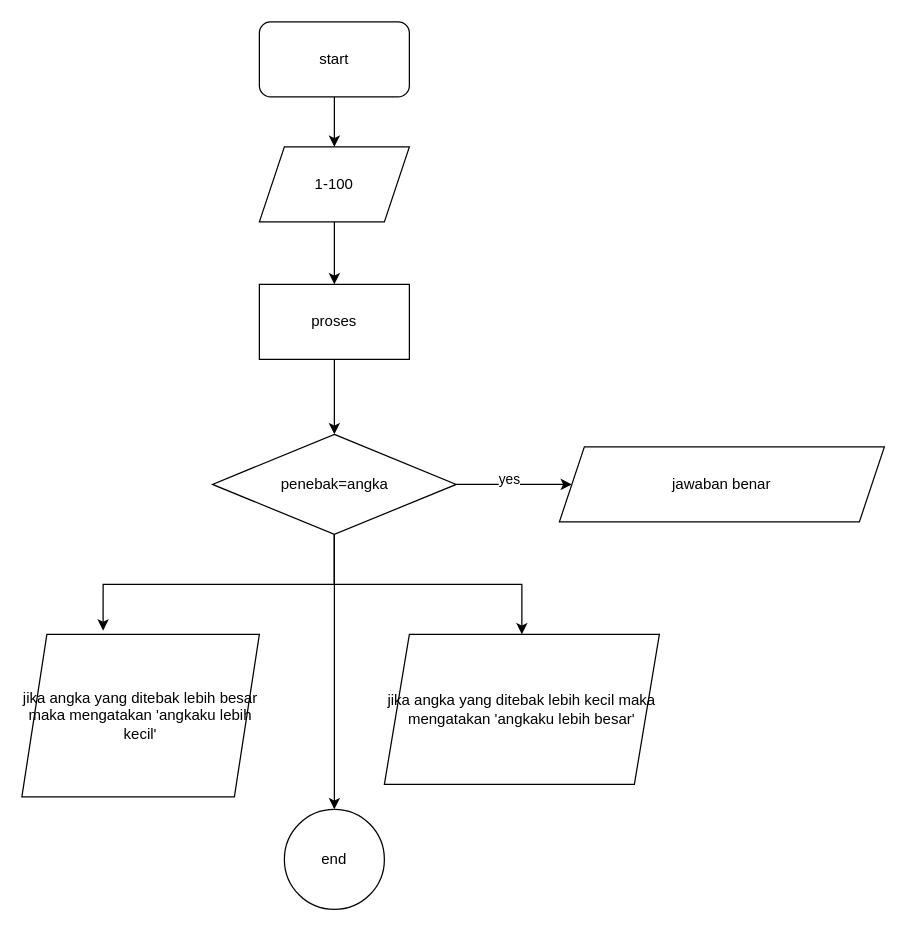
The draw.io diagram Untitled Diagram.drawio in leonardoalexdavinci/Algo_A_23241001, before the edit. Source tidied: cells renumbered, new cells numbered last; positions are measured from the earlier drawing's top-left corner, leaving out a move shared by most shapes. Both pictures are drawn from the tidied source at 125%, with x=0, y=0 at pixel (21, 21).
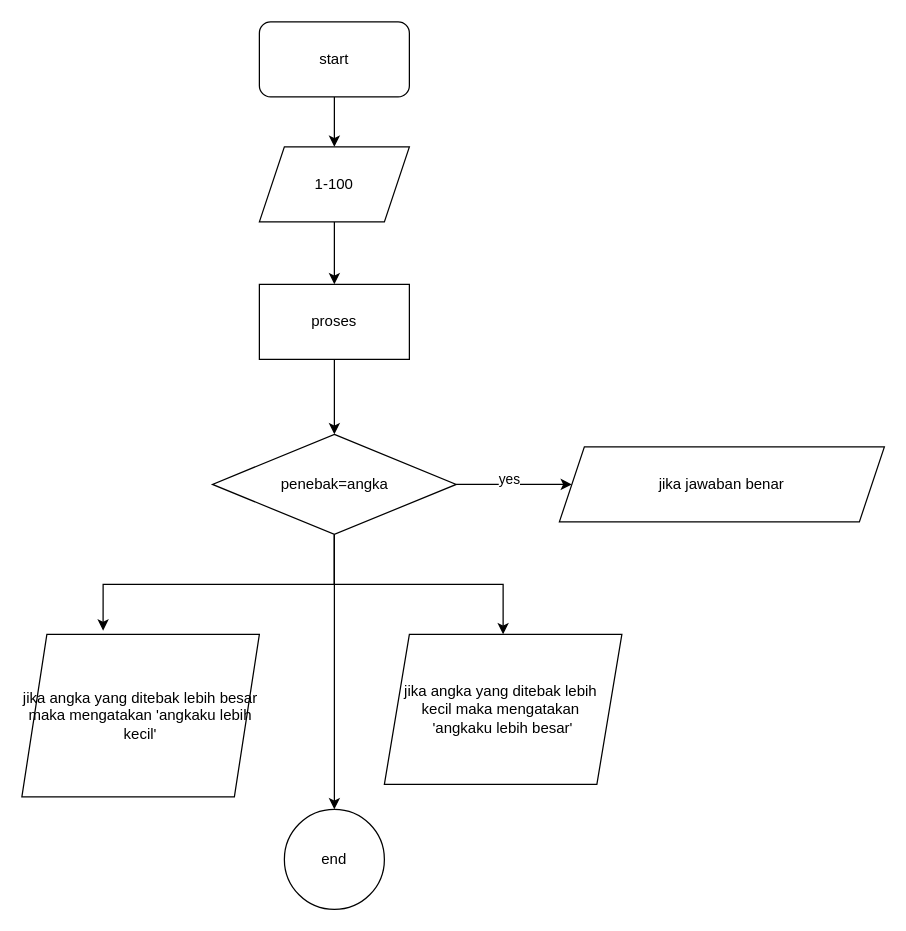
The same diagram, later.

What changed in the source:
```diff
@@
-    <mxCell id="13" value="jawaban benar" style="shape=parallelogram;perimeter=parallelogramPerimeter;whiteSpace=wrap;html=1;fixedSize=1;" parent="1" vertex="1">
+    <mxCell id="13" value="jika jawaban benar" style="shape=parallelogram;perimeter=parallelogramPerimeter;whiteSpace=wrap;html=1;fixedSize=1;" parent="1" vertex="1">
       <mxGeometry x="430" y="340" width="260" height="60" as="geometry" />
     </mxCell>
@@
-    <mxCell id="16" value="jika angka yang ditebak lebih kecil maka mengatakan 'angkaku lebih besar'" style="shape=parallelogram;perimeter=parallelogramPerimeter;whiteSpace=wrap;html=1;fixedSize=1;" parent="1" vertex="1">
-      <mxGeometry x="290" y="490" width="220" height="120" as="geometry" />
+    <mxCell id="16" value="&lt;div&gt;jika angka yang ditebak lebih&amp;nbsp;&lt;/div&gt;&lt;div&gt;kecil maka mengatakan&amp;nbsp;&lt;/div&gt;&lt;div&gt;'angkaku lebih besar'&lt;/div&gt;" style="shape=parallelogram;perimeter=parallelogramPerimeter;whiteSpace=wrap;html=1;fixedSize=1;" parent="1" vertex="1">
+      <mxGeometry x="290" y="490" width="190" height="120" as="geometry" />
     </mxCell>
```
